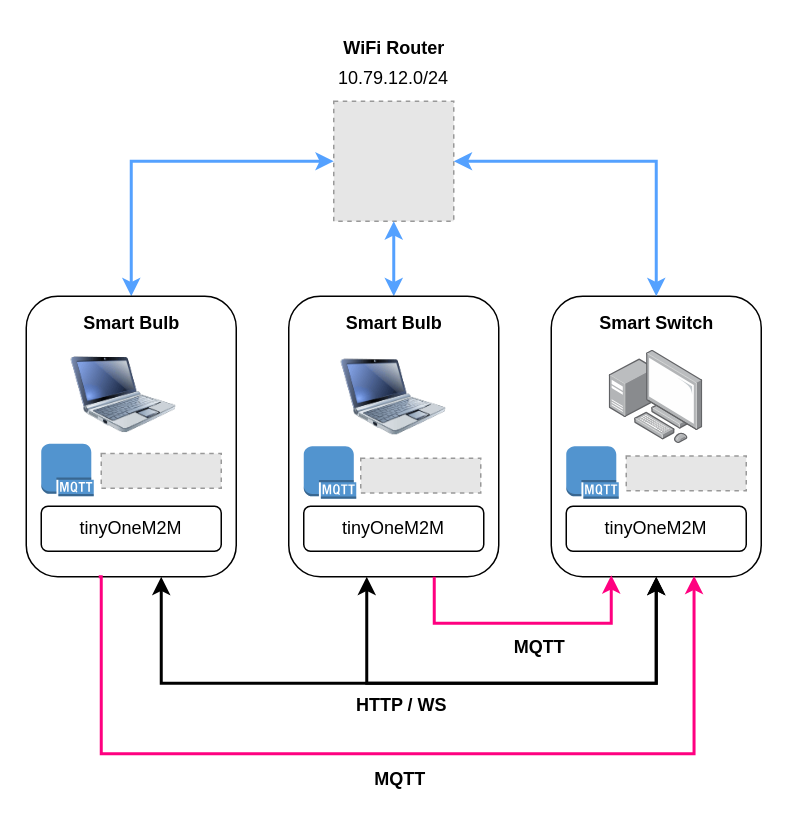
This is page "Página-4" (4 of 4) of assets/diagrams.drawio from daniel-carreira/smart-lighting-onem2m, a draw.io file, before an edit. Source tidied: cells renumbered, new cells numbered last; positions are measured from the earlier drawing's top-left corner, leaving out a move shared by most shapes. Both pictures are drawn from the tidied source at 150%, with x=0, y=0 at pixel (26, 26). Pictures stored in the file or linked from it are replaced by grey dashed boxes.
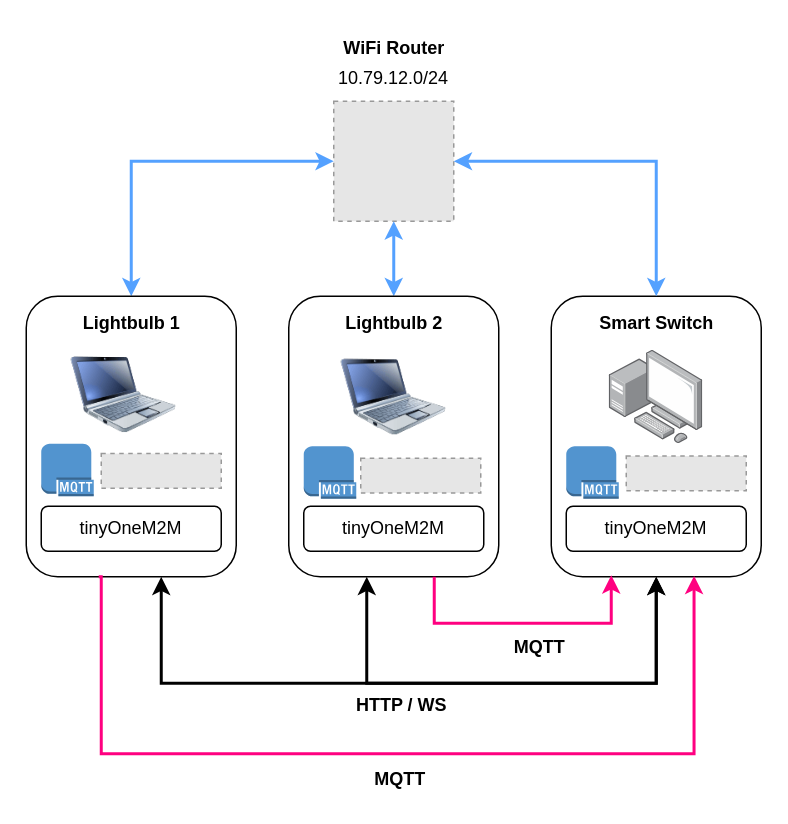
Above is the later version.

What changed in the source:
```diff
@@
-    <mxCell id="10" value="Smart Bulb" style="text;html=1;align=center;verticalAlign=middle;strokeColor=none;fillColor=none;fontStyle=1;" parent="1" vertex="1">
+    <mxCell id="10" value="Lightbulb 2" style="text;html=1;align=center;verticalAlign=middle;strokeColor=none;fillColor=none;fontStyle=1;" parent="1" vertex="1">
       <mxGeometry x="200" y="183" width="90" height="30" as="geometry" />
     </mxCell>
@@
-    <mxCell id="12" value="Smart Bulb" style="text;html=1;align=center;verticalAlign=middle;strokeColor=none;fillColor=none;fontStyle=1;" parent="1" vertex="1">
+    <mxCell id="12" value="Lightbulb 1" style="text;html=1;align=center;verticalAlign=middle;strokeColor=none;fillColor=none;fontStyle=1;" parent="1" vertex="1">
       <mxGeometry x="25" y="183" width="90" height="30" as="geometry" />
     </mxCell>
```
